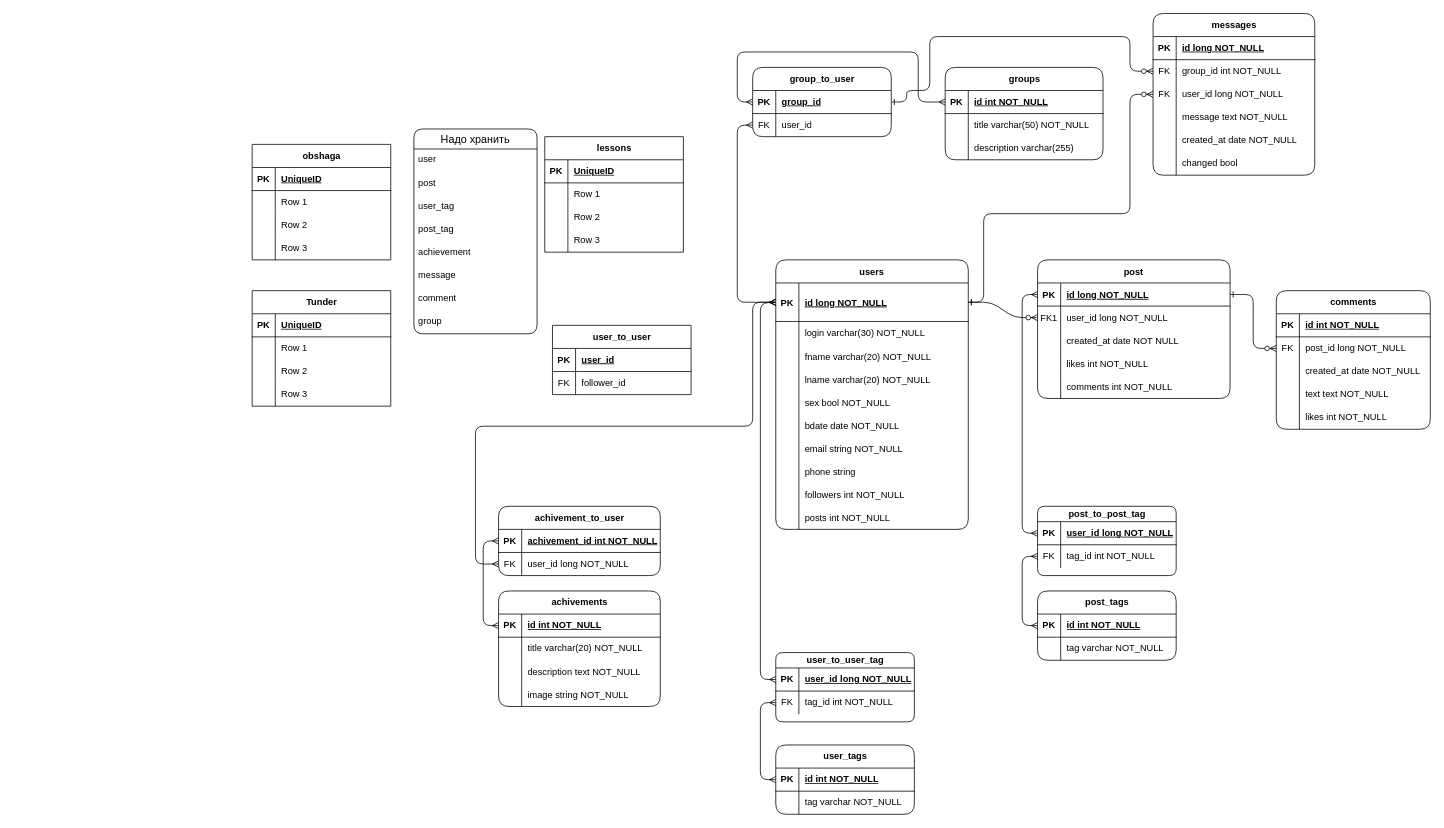
Earlier version of the draw.io diagram other/DataBaseModel.drawio (nuratann/ManasSocial). Source tidied: cells renumbered, new cells numbered last; positions are measured from the earlier drawing's top-left corner, leaving out a move shared by most shapes. Both pictures are drawn from the tidied source at 77%, with x=0, y=0 at pixel (252, 13).
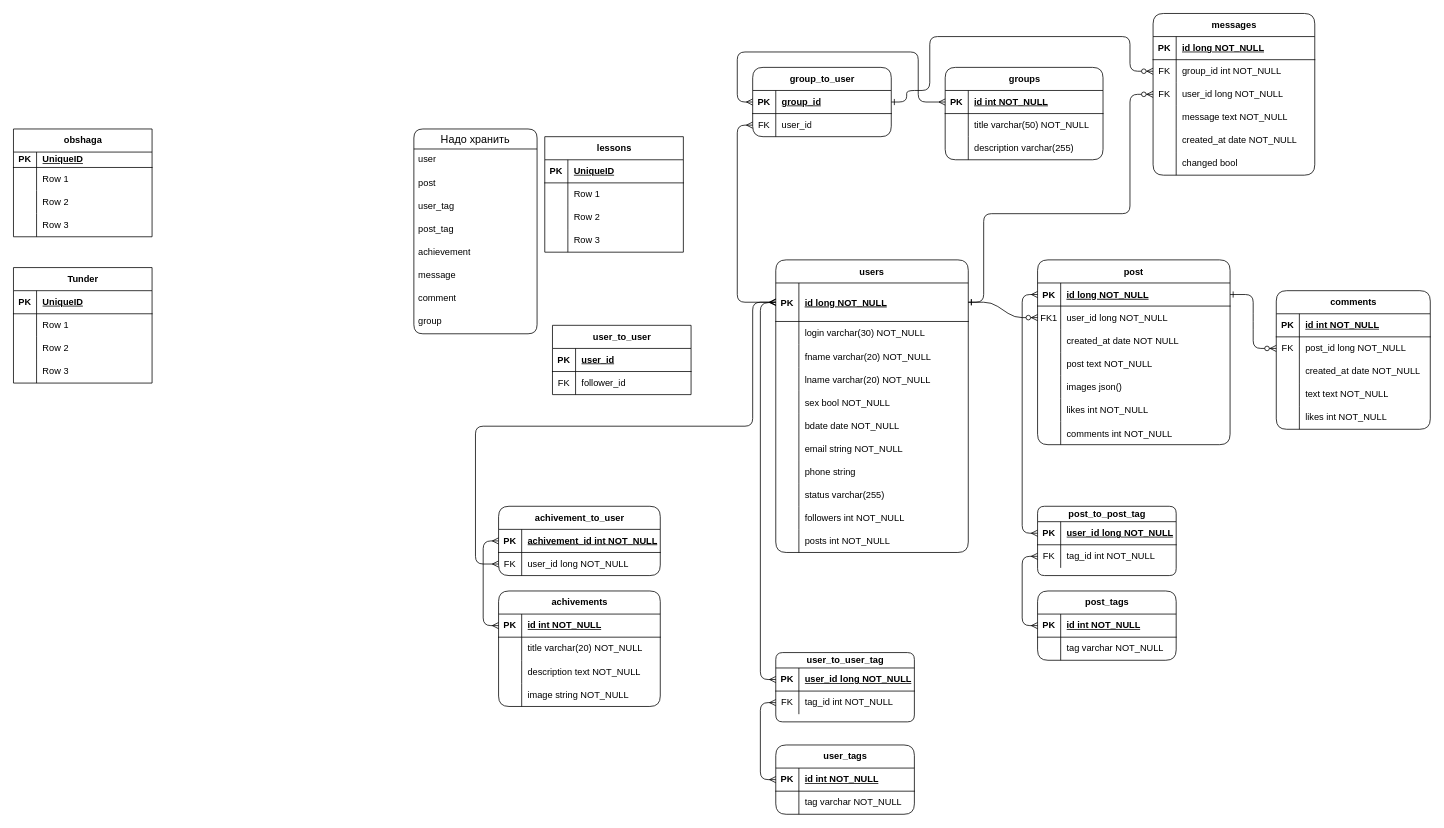
The same diagram, later.

Diff of the diagram source:
```diff
@@
     <mxCell id="3" value="post" style="shape=table;startSize=30;childLayout=tableLayout;rowLines=0;fontStyle=1;align=center;rounded=1;" parent="1" vertex="1">
-      <mxGeometry x="1020" y="320" width="250" height="180" as="geometry" />
+      <mxGeometry x="1020" y="320" width="250" height="240" as="geometry" />
     </mxCell>
@@
+    <mxCell id="216" style="shape=tableRow;horizontal=0;startSize=0;swimlaneHead=0;swimlaneBody=0;fillColor=none;top=0;left=0;right=0;bottom=0;" parent="3" vertex="1">
+      <mxGeometry y="120" width="250" height="30" as="geometry" />
+    </mxCell>
+    <mxCell id="217" style="shape=partialRectangle;fillColor=none;top=0;left=0;bottom=0;right=0;overflow=hidden;" parent="216" vertex="1">
+      <mxGeometry width="30" height="30" as="geometry" />
+    </mxCell>
+    <mxCell id="218" value="post text NOT_NULL" style="shape=partialRectangle;fillColor=none;top=0;left=0;bottom=0;right=0;align=left;spacingLeft=6;overflow=hidden;" parent="216" vertex="1">
+      <mxGeometry x="30" width="220" height="30" as="geometry" />
+    </mxCell>
+    <mxCell id="219" style="shape=tableRow;horizontal=0;startSize=0;swimlaneHead=0;swimlaneBody=0;fillColor=none;top=0;left=0;right=0;bottom=0;" parent="3" vertex="1">
+      <mxGeometry y="150" width="250" height="30" as="geometry" />
+    </mxCell>
+    <mxCell id="220" style="shape=partialRectangle;fillColor=none;top=0;left=0;bottom=0;right=0;overflow=hidden;" parent="219" vertex="1">
+      <mxGeometry width="30" height="30" as="geometry" />
+    </mxCell>
+    <mxCell id="221" value="images json() " style="shape=partialRectangle;fillColor=none;top=0;left=0;bottom=0;right=0;align=left;spacingLeft=6;overflow=hidden;" parent="219" vertex="1">
+      <mxGeometry x="30" width="220" height="30" as="geometry" />
+    </mxCell>
     <mxCell id="13" style="shape=tableRow;horizontal=0;startSize=0;swimlaneHead=0;swimlaneBody=0;fillColor=none;top=0;left=0;right=0;bottom=0;rounded=1;" parent="3" vertex="1">
-      <mxGeometry y="120" width="250" height="30" as="geometry" />
+      <mxGeometry y="180" width="250" height="30" as="geometry" />
     </mxCell>
@@
     <mxCell id="16" style="shape=tableRow;horizontal=0;startSize=0;swimlaneHead=0;swimlaneBody=0;fillColor=none;top=0;left=0;right=0;bottom=0;rounded=1;" parent="3" vertex="1">
-      <mxGeometry y="150" width="250" height="30" as="geometry" />
+      <mxGeometry y="210" width="250" height="30" as="geometry" />
     </mxCell>
@@
     <mxCell id="19" value="users" style="shape=table;startSize=30;childLayout=tableLayout;rowLines=0;fontStyle=1;align=center;rounded=1;" parent="1" vertex="1">
-      <mxGeometry x="680" y="320" width="250" height="350" as="geometry" />
+      <mxGeometry x="680" y="320" width="250" height="380" as="geometry" />
     </mxCell>
@@
+    <mxCell id="222" style="shape=tableRow;horizontal=0;startSize=0;swimlaneHead=0;swimlaneBody=0;fillColor=none;top=0;left=0;right=0;bottom=0;" parent="19" vertex="1">
+      <mxGeometry y="290" width="250" height="30" as="geometry" />
+    </mxCell>
+    <mxCell id="223" style="shape=partialRectangle;fillColor=none;top=0;left=0;bottom=0;right=0;overflow=hidden;" parent="222" vertex="1">
+      <mxGeometry width="30" height="30" as="geometry" />
+    </mxCell>
+    <mxCell id="224" value="status varchar(255)" style="shape=partialRectangle;fillColor=none;top=0;left=0;bottom=0;right=0;align=left;spacingLeft=6;overflow=hidden;" parent="222" vertex="1">
+      <mxGeometry x="30" width="220" height="30" as="geometry" />
+    </mxCell>
     <mxCell id="44" style="shape=tableRow;horizontal=0;startSize=0;swimlaneHead=0;swimlaneBody=0;fillColor=none;top=0;left=0;right=0;bottom=0;rounded=1;" parent="19" vertex="1">
-      <mxGeometry y="290" width="250" height="30" as="geometry" />
+      <mxGeometry y="320" width="250" height="30" as="geometry" />
     </mxCell>
@@
     <mxCell id="47" style="shape=tableRow;horizontal=0;startSize=0;swimlaneHead=0;swimlaneBody=0;fillColor=none;top=0;left=0;right=0;bottom=0;rounded=1;" parent="19" vertex="1">
-      <mxGeometry y="320" width="250" height="30" as="geometry" />
+      <mxGeometry y="350" width="250" height="30" as="geometry" />
     </mxCell>
@@
     <mxCell id="190" value="obshaga" style="shape=table;startSize=30;childLayout=tableLayout;rowLines=0;fontStyle=1;align=center;html=1;" parent="1" vertex="1">
-      <mxGeometry y="170" width="180" height="150" as="geometry" />
+      <mxGeometry x="-310" y="150" width="180" height="140" as="geometry" />
     </mxCell>
     <mxCell id="191" style="shape=tableRow;horizontal=0;startSize=0;swimlaneHead=0;swimlaneBody=0;fillColor=none;top=0;left=0;right=0;bottom=1;" parent="190" vertex="1">
-      <mxGeometry y="30" width="180" height="30" as="geometry" />
+      <mxGeometry y="30" width="180" height="20" as="geometry" />
     </mxCell>
     <mxCell id="192" value="PK" style="shape=partialRectangle;fillColor=none;top=0;left=0;bottom=0;right=0;fontStyle=1;overflow=hidden;whiteSpace=wrap;html=1;" parent="191" vertex="1">
-      <mxGeometry width="30" height="30" as="geometry" />
+      <mxGeometry width="30" height="20" as="geometry" />
     </mxCell>
     <mxCell id="193" value="UniqueID" style="shape=partialRectangle;fillColor=none;top=0;left=0;bottom=0;right=0;align=left;spacingLeft=6;fontStyle=5;overflow=hidden;whiteSpace=wrap;html=1;" parent="191" vertex="1">
-      <mxGeometry x="30" width="150" height="30" as="geometry" />
+      <mxGeometry x="30" width="150" height="20" as="geometry" />
     </mxCell>
     <mxCell id="194" style="shape=tableRow;horizontal=0;startSize=0;swimlaneHead=0;swimlaneBody=0;fillColor=none;top=0;left=0;right=0;bottom=0;" parent="190" vertex="1">
-      <mxGeometry y="60" width="180" height="30" as="geometry" />
+      <mxGeometry y="50" width="180" height="30" as="geometry" />
     </mxCell>
@@
     <mxCell id="197" style="shape=tableRow;horizontal=0;startSize=0;swimlaneHead=0;swimlaneBody=0;fillColor=none;top=0;left=0;right=0;bottom=0;" parent="190" vertex="1">
-      <mxGeometry y="90" width="180" height="30" as="geometry" />
+      <mxGeometry y="80" width="180" height="30" as="geometry" />
     </mxCell>
@@
     <mxCell id="200" style="shape=tableRow;horizontal=0;startSize=0;swimlaneHead=0;swimlaneBody=0;fillColor=none;top=0;left=0;right=0;bottom=0;" parent="190" vertex="1">
-      <mxGeometry y="120" width="180" height="30" as="geometry" />
+      <mxGeometry y="110" width="180" height="30" as="geometry" />
     </mxCell>
@@
     <mxCell id="203" value="Tunder" style="shape=table;startSize=30;childLayout=tableLayout;rowLines=0;fontStyle=1;align=center;html=1;" parent="1" vertex="1">
-      <mxGeometry y="360" width="180" height="150" as="geometry" />
+      <mxGeometry x="-310" y="330" width="180" height="150" as="geometry" />
     </mxCell>
```
